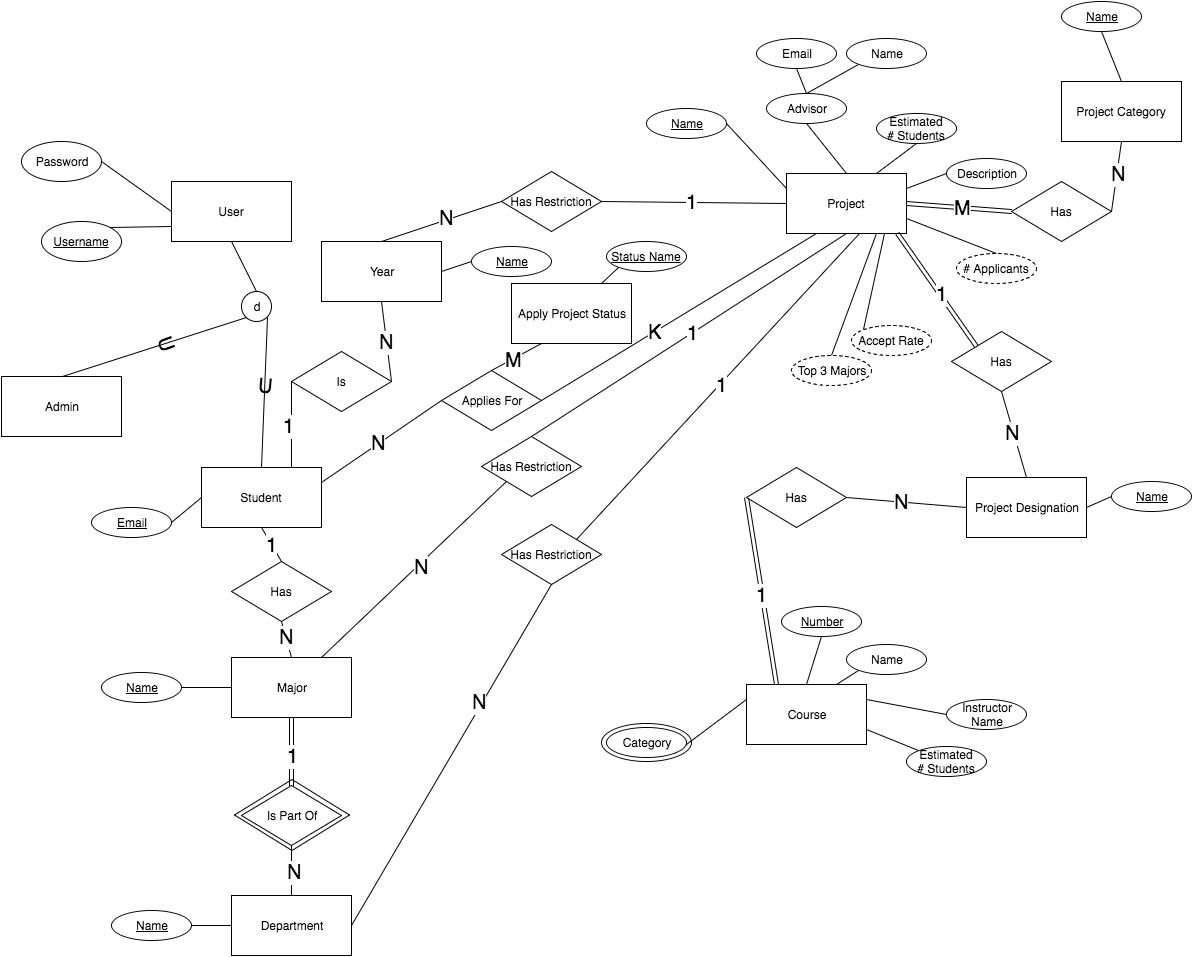
Earlier version of the draw.io export phase1/ER.png (lusean/CS4400-Project). Source tidied: cells renumbered, new cells last; positions are measured from the earlier drawing's top-left corner, leaving out a move shared by most shapes.
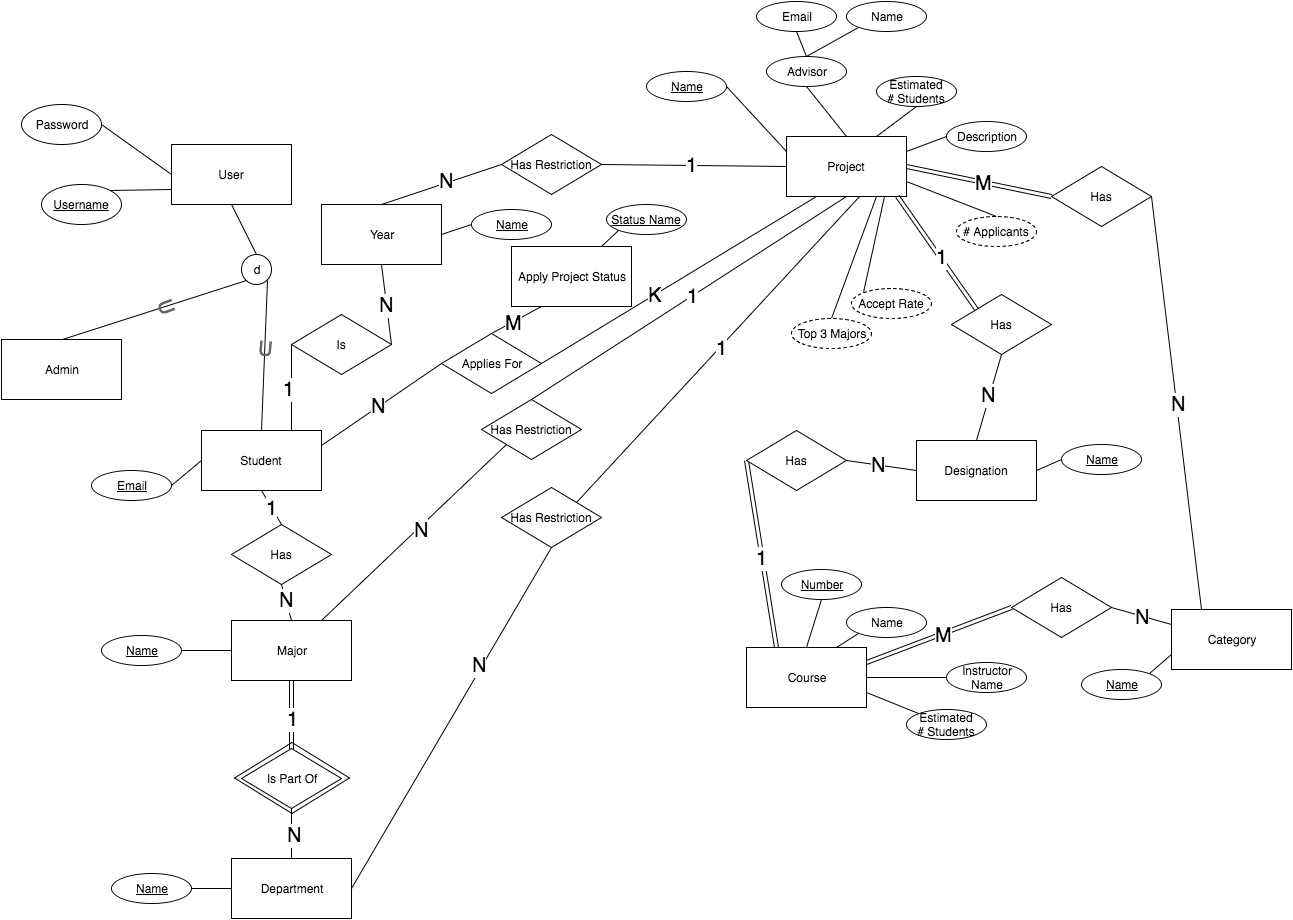
After the change.

Commit message:
add one more constraint; small changes to ER

What changed in the source:
```diff
@@ -2,12 +2,15 @@
   <root>
     <mxCell id="0" style="html=1;" />
     <mxCell id="1" style="html=1;" parent="0" />
+    <mxCell id="120" style="edgeStyle=none;rounded=0;comic=0;html=1;exitX=1;exitY=0.5;entryX=0;entryY=0.25;shadow=0;endArrow=none;endFill=0;jettySize=auto;strokeColor=#000000;fontSize=20;" parent="1" edge="1" source="124" target="101">
+      <mxGeometry relative="1" as="geometry" />
+    </mxCell>
+    <mxCell id="121" style="edgeStyle=none;shape=link;rounded=0;comic=0;html=1;exitX=1;exitY=0.25;entryX=0;entryY=0.5;shadow=0;endArrow=none;endFill=0;jettySize=auto;strokeColor=#000000;fontSize=20;" parent="1" edge="1" source="73" target="124">
+      <mxGeometry relative="1" as="geometry" />
+    </mxCell>
     <mxCell id="2" style="shape=rhombus;strokeWidth=1;fontSize=12;perimeter=rhombusPerimeter;whiteSpace=wrap;html=1;align=center;spacing=2;" parent="1" vertex="1">
       <mxGeometry x="233" y="778" width="115" height="71" as="geometry" />
     </mxCell>
-    <mxCell id="3" style="ellipse;whiteSpace=wrap;html=1;" parent="1" vertex="1">
-      <mxGeometry x="600" y="722" width="90" height="38" as="geometry" />
-    </mxCell>
     <mxCell id="4" style="edgeStyle=none;rounded=0;comic=0;html=1;exitX=0.5;exitY=1;entryX=0.5;entryY=0;shadow=0;endArrow=none;endFill=0;jettySize=auto;strokeColor=#000000;" parent="1" edge="1" source="5" target="22">
       <mxGeometry relative="1" as="geometry" />
     </mxCell>
@@ -59,12 +62,12 @@
         <mxPoint x="61" y="375" as="targetPoint" />
       </mxGeometry>
     </mxCell>
-    <mxCell id="20" value="U" style="text;align=center;verticalAlign=middle;labelBackgroundColor=none;fontSize=20;rotation=70;html=1;" parent="19" vertex="1">
+    <mxCell id="20" value="U" style="text;align=center;verticalAlign=middle;labelBackgroundColor=none;fontSize=20;rotation=70;html=1;fontColor=#666666;" parent="19" vertex="1">
       <mxGeometry x="-0.12" y="-1" relative="1" as="geometry">
         <mxPoint x="2" y="1" as="offset" />
       </mxGeometry>
     </mxCell>
-    <mxCell id="21" value="U" style="text;align=center;verticalAlign=middle;labelBackgroundColor=none;fontSize=20;rotation=5;html=1;" parent="19" vertex="1">
+    <mxCell id="21" value="U" style="text;align=center;verticalAlign=middle;labelBackgroundColor=none;fontSize=20;rotation=5;html=1;fontColor=#666666;" parent="19" vertex="1">
       <mxGeometry x="-0.12" y="-1" relative="1" as="geometry">
         <mxPoint x="100" y="43" as="offset" />
       </mxGeometry>
@@ -141,6 +144,11 @@
     <mxCell id="44" value="M" style="text;html=1;align=center;verticalAlign=middle;labelBackgroundColor=#ffffff;fontSize=20;" parent="43" vertex="1">
       <mxGeometry x="0.07" relative="1" as="geometry" />
     </mxCell>
+    <mxCell id="122" value="M" style="text;html=1;align=center;verticalAlign=middle;labelBackgroundColor=#ffffff;fontSize=20;" parent="43" vertex="1">
+      <mxGeometry x="0.07" relative="1" as="geometry">
+        <mxPoint x="-40" y="452" as="offset" />
+      </mxGeometry>
+    </mxCell>
     <mxCell id="45" style="edgeStyle=none;rounded=0;comic=0;html=1;exitX=0.5;exitY=1;entryX=0.5;entryY=0;shadow=0;endArrow=none;endFill=0;jettySize=auto;strokeColor=#000000;fontSize=12;" parent="1" edge="1" source="51" target="86">
       <mxGeometry relative="1" as="geometry" />
     </mxCell>
@@ -206,7 +214,7 @@
     <mxCell id="65" value="Applies For" style="shape=rhombus;strokeWidth=1;fontSize=12;perimeter=rhombusPerimeter;whiteSpace=wrap;html=1;align=center;" parent="1" vertex="1">
       <mxGeometry x="440" y="369" width="100" height="60" as="geometry" />
     </mxCell>
-    <mxCell id="66" style="edgeStyle=none;rounded=0;comic=0;html=1;exitX=1;exitY=0.25;entryX=0;entryY=0.5;shadow=0;endArrow=none;endFill=0;jettySize=auto;strokeColor=#000000;fontSize=12;" parent="1" edge="1" source="73" target="76">
+    <mxCell id="66" style="edgeStyle=none;rounded=0;comic=0;html=1;exitX=1;exitY=0.5;entryX=0;entryY=0.5;shadow=0;endArrow=none;endFill=0;jettySize=auto;strokeColor=#000000;fontSize=12;" parent="1" edge="1" source="73" target="76">
       <mxGeometry relative="1" as="geometry" />
     </mxCell>
     <mxCell id="67" style="edgeStyle=none;rounded=0;comic=0;html=1;exitX=0.75;exitY=0;entryX=0;entryY=1;shadow=0;endArrow=none;endFill=0;jettySize=auto;strokeColor=#000000;fontSize=12;" parent="1" edge="1" source="73" target="75">
@@ -221,9 +229,6 @@
     <mxCell id="70" value="1" style="text;html=1;align=center;verticalAlign=middle;labelBackgroundColor=#ffffff;fontSize=20;" parent="69" vertex="1">
       <mxGeometry x="-0.04" y="1" relative="1" as="geometry" />
     </mxCell>
-    <mxCell id="71" style="edgeStyle=none;rounded=0;comic=0;html=1;exitX=0;exitY=0.25;entryX=1;entryY=1;shadow=0;endArrow=none;endFill=0;jettySize=auto;strokeColor=#000000;fontSize=12;" parent="1" edge="1" source="73" target="77">
-      <mxGeometry relative="1" as="geometry" />
-    </mxCell>
     <mxCell id="72" style="edgeStyle=none;rounded=0;comic=0;html=1;exitX=1;exitY=0.75;entryX=0;entryY=0;shadow=0;endArrow=none;endFill=0;jettySize=auto;strokeColor=#000000;fontSize=12;" parent="1" edge="1" source="73" target="78">
       <mxGeometry relative="1" as="geometry" />
     </mxCell>
@@ -239,9 +244,6 @@
     <mxCell id="76" value="Instructor&lt;div&gt;Name&lt;/div&gt;" style="ellipse;whiteSpace=wrap;html=1;" parent="1" vertex="1">
       <mxGeometry x="945" y="698" width="80" height="30" as="geometry" />
     </mxCell>
-    <mxCell id="77" value="Category" style="ellipse;whiteSpace=wrap;html=1;strokeColor=#000000;perimeterSpacing=0;" parent="1" vertex="1">
-      <mxGeometry x="605" y="726" width="80" height="30" as="geometry" />
-    </mxCell>
     <mxCell id="78" value="Estimated&lt;div&gt;# Students&lt;/div&gt;" style="ellipse;whiteSpace=wrap;html=1;" parent="1" vertex="1">
       <mxGeometry x="905" y="745" width="80" height="30" as="geometry" />
     </mxCell>
@@ -311,25 +313,30 @@
     <mxCell id="100" value="Name" style="ellipse;whiteSpace=wrap;html=1;fontStyle=4;" parent="1" vertex="1">
       <mxGeometry x="470" y="245" width="80" height="30" as="geometry" />
     </mxCell>
-    <mxCell id="101" value="Project Category" style="whiteSpace=wrap;html=1;" parent="1" vertex="1">
-      <mxGeometry x="1060" y="80" width="120" height="60" as="geometry" />
+    <mxCell id="101" value="Category" style="whiteSpace=wrap;html=1;" parent="1" vertex="1">
+      <mxGeometry x="1170" y="645" width="120" height="60" as="geometry" />
     </mxCell>
-    <mxCell id="102" style="edgeStyle=none;rounded=0;comic=0;html=1;exitX=0.5;exitY=1;entryX=0.5;entryY=0;shadow=0;endArrow=none;endFill=0;jettySize=auto;strokeColor=#000000;fontSize=20;" parent="1" edge="1" source="103" target="101">
+    <mxCell id="102" style="edgeStyle=none;rounded=0;comic=0;html=1;exitX=1;exitY=0;entryX=0;entryY=0.75;shadow=0;endArrow=none;endFill=0;jettySize=auto;strokeColor=#000000;fontSize=20;" parent="1" edge="1" source="103" target="101">
       <mxGeometry relative="1" as="geometry" />
     </mxCell>
     <mxCell id="103" value="Name" style="ellipse;whiteSpace=wrap;html=1;fontStyle=4;" parent="1" vertex="1">
-      <mxGeometry x="1060" width="80" height="30" as="geometry" />
+      <mxGeometry x="1080" y="705" width="80" height="30" as="geometry" />
     </mxCell>
-    <mxCell id="104" style="edgeStyle=none;rounded=0;comic=0;html=1;exitX=1;exitY=0.5;entryX=0.5;entryY=1;shadow=0;endArrow=none;endFill=0;jettySize=auto;strokeColor=#000000;fontSize=20;horizontal=1;" parent="1" edge="1" source="106" target="101">
+    <mxCell id="104" style="edgeStyle=none;rounded=0;comic=0;html=1;exitX=1;exitY=0.5;entryX=0.25;entryY=0;shadow=0;endArrow=none;endFill=0;jettySize=auto;strokeColor=#000000;fontSize=20;horizontal=1;" parent="1" edge="1" source="106" target="101">
       <mxGeometry relative="1" as="geometry" />
     </mxCell>
     <mxCell id="105" value="N" style="text;html=1;align=center;verticalAlign=middle;labelBackgroundColor=#ffffff;fontSize=20;" parent="104" vertex="1">
       <mxGeometry x="0.06" y="-1" relative="1" as="geometry">
-        <mxPoint y="-1" as="offset" />
+        <mxPoint x="1" y="-11" as="offset" />
       </mxGeometry>
     </mxCell>
+    <mxCell id="123" value="N" style="text;html=1;align=center;verticalAlign=middle;labelBackgroundColor=#ffffff;fontSize=20;" parent="104" vertex="1">
+      <mxGeometry x="0.06" y="-1" relative="1" as="geometry">
+        <mxPoint x="-35" y="202" as="offset" />
+      </mxGeometry>
+    </mxCell>
     <mxCell id="106" value="Has" style="shape=rhombus;strokeWidth=1;fontSize=12;perimeter=rhombusPerimeter;whiteSpace=wrap;html=1;align=center;" parent="1" vertex="1">
-      <mxGeometry x="1010" y="180" width="100" height="60" as="geometry" />
+      <mxGeometry x="1050" y="202" width="100" height="60" as="geometry" />
     </mxCell>
     <mxCell id="107" style="edgeStyle=none;rounded=0;comic=0;html=1;exitX=0.75;exitY=0;entryX=0;entryY=1;shadow=0;endArrow=none;endFill=0;jettySize=auto;strokeColor=#000000;fontSize=20;" parent="1" edge="1" source="108" target="91">
       <mxGeometry relative="1" as="geometry" />
@@ -337,14 +344,14 @@
     <mxCell id="108" value="Apply Project Status" style="whiteSpace=wrap;html=1;" parent="1" vertex="1">
       <mxGeometry x="510" y="282" width="120" height="60" as="geometry" />
     </mxCell>
-    <mxCell id="109" value="Project Designation" style="whiteSpace=wrap;html=1;" parent="1" vertex="1">
-      <mxGeometry x="965" y="476" width="120" height="60" as="geometry" />
+    <mxCell id="109" value="Designation" style="whiteSpace=wrap;html=1;" parent="1" vertex="1">
+      <mxGeometry x="915" y="476" width="120" height="60" as="geometry" />
     </mxCell>
     <mxCell id="110" style="edgeStyle=none;rounded=0;comic=0;html=1;exitX=0;exitY=0.5;entryX=1;entryY=0.5;shadow=0;endArrow=none;endFill=0;jettySize=auto;strokeColor=#000000;fontSize=20;" parent="1" edge="1" source="111" target="109">
       <mxGeometry relative="1" as="geometry" />
     </mxCell>
     <mxCell id="111" value="Name" style="ellipse;whiteSpace=wrap;html=1;fontStyle=4;" parent="1" vertex="1">
-      <mxGeometry x="1110" y="480" width="80" height="30" as="geometry" />
+      <mxGeometry x="1060" y="480" width="80" height="30" as="geometry" />
     </mxCell>
     <mxCell id="112" style="edgeStyle=none;rounded=0;comic=0;html=1;exitX=0;exitY=0;entryX=0.925;entryY=1;entryPerimeter=0;shadow=0;endArrow=none;endFill=0;jettySize=auto;strokeColor=#000000;fontSize=20;shape=link;" parent="1" edge="1" source="116" target="51">
       <mxGeometry relative="1" as="geometry" />
@@ -372,5 +379,8 @@
     <mxCell id="119" value="Has" style="shape=rhombus;strokeWidth=1;fontSize=12;perimeter=rhombusPerimeter;whiteSpace=wrap;html=1;align=center;" parent="1" vertex="1">
       <mxGeometry x="745" y="466" width="100" height="60" as="geometry" />
     </mxCell>
+    <mxCell id="124" value="Has" style="shape=rhombus;strokeWidth=1;fontSize=12;perimeter=rhombusPerimeter;whiteSpace=wrap;html=1;align=center;" parent="1" vertex="1">
+      <mxGeometry x="1010" y="613" width="100" height="60" as="geometry" />
+    </mxCell>
   </root>
 </mxGraphModel>
```
